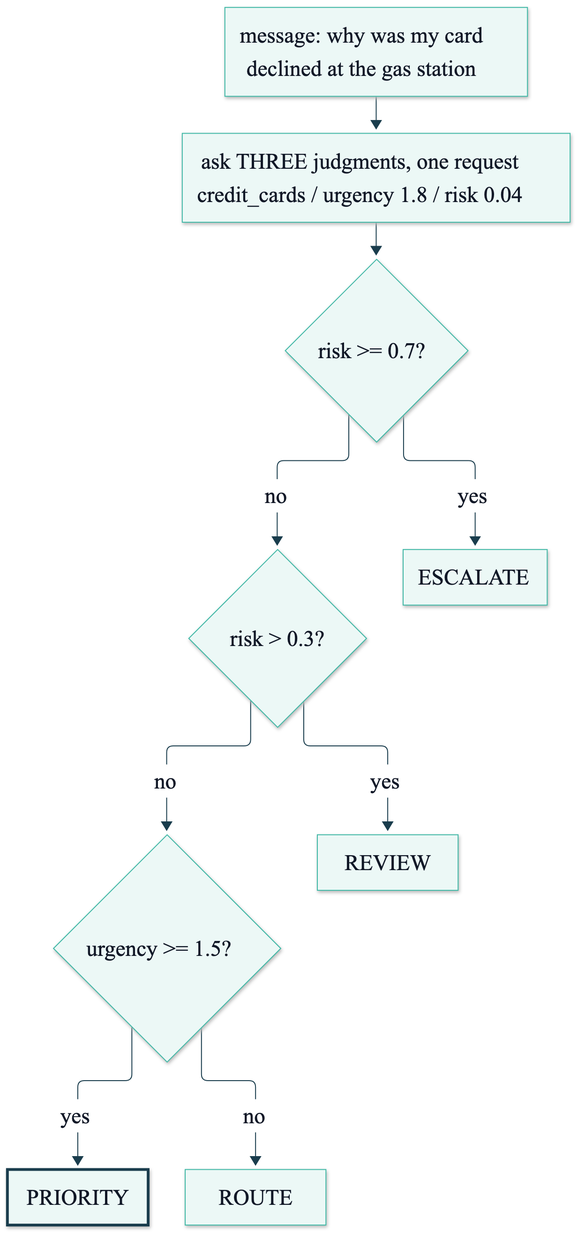
Above: course/diagrams/module_01/p2-solution-judgments-rules.png in axel-sirota/getting_started_jev (Mermaid), before the change. Its source is kept beside it as course/diagrams/module_01/p2-solution-judgments-rules.mmd.
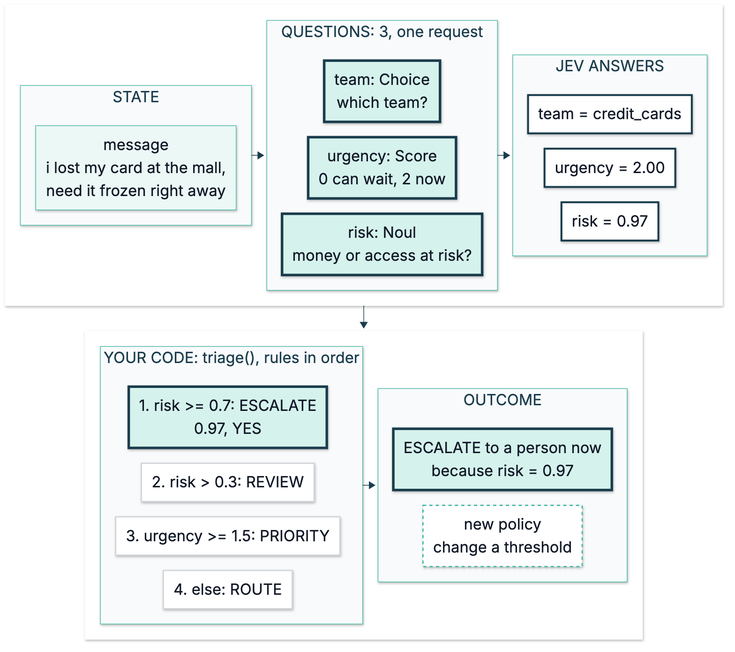
Above is the later version.

Change to the diagram source:
```diff
@@ -1,11 +1,54 @@
 %%{init: {"theme": "base", "themeVariables": {"fontFamily": "Inter, sans-serif", "primaryColor": "#ECF8F6", "primaryBorderColor": "#40B8A6", "primaryTextColor": "#111827", "lineColor": "#1A3D4D", "secondaryColor": "#F9FAFB", "tertiaryColor": "#FFFFFF", "clusterBkg": "#F9FAFB", "clusterBorder": "#D1D5DB", "actorBkg": "#ECF8F6", "actorBorder": "#40B8A6", "noteBkgColor": "#FFF6DA", "noteBorderColor": "#E0B84C"}}}%%
-flowchart TD
-  M["message: why was my card<br/>declined at the gas station"] --> QA["ask THREE judgments, one request<br/>credit_cards / urgency 1.8 / risk 0.04"]
-  QA --> R1{"risk >= 0.7?"}
-  R1 -- no --> R2{"risk > 0.3?"}
-  R2 -- no --> R3{"urgency >= 1.5?"}
-  R1 -- yes --> E["ESCALATE"]
-  R2 -- yes --> V["REVIEW"]
-  R3 -- yes --> P["PRIORITY"]
-  R3 -- no --> RT["ROUTE"]
-  style P stroke:#1A3D4D,stroke-width:3px
+flowchart TB
+  subgraph TOP[" "]
+    direction LR
+    subgraph STATE["STATE"]
+      direction TB
+      M["message<br/>i lost my card at the mall,<br/>need it frozen right away"]
+    end
+    subgraph QUESTIONS["QUESTIONS: 3, one request"]
+      direction TB
+      Q1["team: Choice<br/>which team?"]
+      Q2["urgency: Score<br/>0 can wait, 2 now"]
+      Q3["risk: Noul<br/>money or access at risk?"]
+      Q1 ~~~ Q2 ~~~ Q3
+    end
+    subgraph ANSWERS["JEV ANSWERS"]
+      direction TB
+      A1["team = credit_cards"]
+      A2["urgency = 2.00"]
+      A3["risk = 0.97"]
+      A1 ~~~ A2 ~~~ A3
+    end
+    STATE --> QUESTIONS --> ANSWERS
+  end
+  subgraph BOTTOM[" "]
+    direction LR
+    subgraph CODE["YOUR CODE: triage(), rules in order"]
+      direction TB
+      R1["1. risk >= 0.7: ESCALATE<br/>0.97, YES"]
+      R2["2. risk > 0.3: REVIEW"]
+      R3["3. urgency >= 1.5: PRIORITY"]
+      R4["4. else: ROUTE"]
+      R1 ~~~ R2 ~~~ R3 ~~~ R4
+    end
+    subgraph OUTCOME["OUTCOME"]
+      direction TB
+      O1["ESCALATE to a person now<br/>because risk = 0.97"]
+      O2["new policy<br/>change a threshold"]
+      O1 ~~~ O2
+    end
+    CODE --> OUTCOME
+  end
+  TOP --> BOTTOM
+
+  classDef fix fill:#D5F2EC,stroke:#1A3D4D,stroke-width:4px
+  classDef num fill:#FFFFFF,stroke:#1A3D4D,stroke-width:3px
+  classDef skip fill:#FFFFFF,stroke:#D1D5DB,stroke-width:2px
+  classDef note fill:#FFFFFF,stroke:#40B8A6,stroke-width:2px,stroke-dasharray:5 5
+  class Q1,Q2,Q3,R1,O1 fix
+  class A1,A2,A3 num
+  class R2,R3,R4 skip
+  class O2 note
+  style TOP fill:#FFFFFF,stroke:#FFFFFF
+  style BOTTOM fill:#FFFFFF,stroke:#FFFFFF
```
